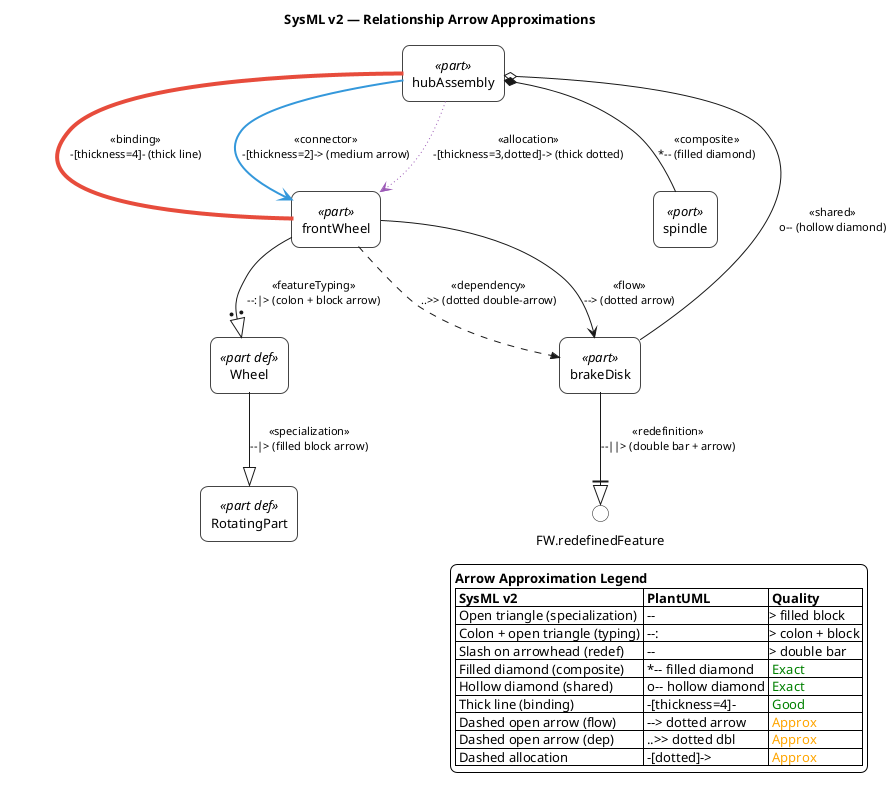
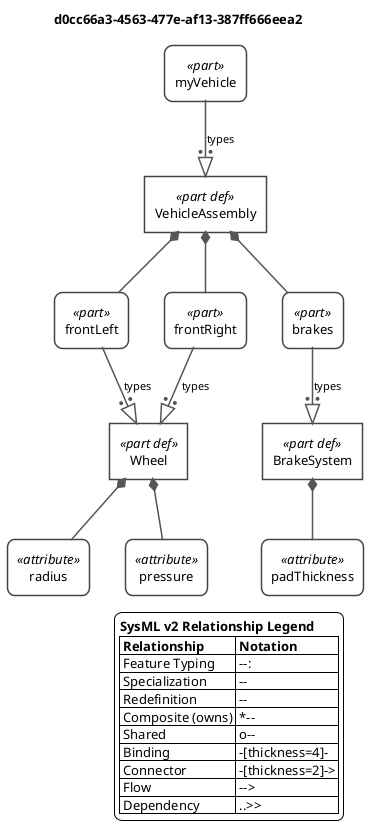
+ '' Relationship Arrows
+ '' Demonstrates typing (--:|>), specialization (--|>), and ownership (*--) arrows.
@startuml
- ' ============================================================
- ' Example 2: Relationship Arrow Approximations
- ' Shows all major SysML v2 relationships mapped to PlantUML
- ' arrow syntax as done by the reference implementation.
- ' ============================================================

<style>
root {
    BackGroundColor white
    FontName Helvetica
    FontSize 13
}
rectangle {
-     RoundCorner 15
    LineColor #444444
-     LineThickness 1
+     LineThickness 1.5
    BackgroundColor white
-     Padding 12
+     Padding 10
}
arrow {
+     LineColor #555555
+     LineThickness 1.5
    FontSize 11
}
</style>

- skinparam wrapWidth 350
+ skinparam wrapWidth 400
+ 
+ skinparam rectangle<<part def>> {
+     RoundCorner 0
+ }
+ skinparam rectangle<<item def>> {
+     RoundCorner 0
+ }
+ skinparam rectangle<<attribute def>> {
+     RoundCorner 0
+ }
+ skinparam rectangle<<port def>> {
+     RoundCorner 0
+ }
+ skinparam rectangle<<action def>> {
+     RoundCorner 0
+ }
+ skinparam rectangle<<state def>> {
+     RoundCorner 0
+ }
+ skinparam rectangle<<requirement def>> {
+     RoundCorner 0
+ }
+ skinparam rectangle<<part>> {
+     RoundCorner 15
+ }
+ skinparam rectangle<<item>> {
+     RoundCorner 15
+ }
+ skinparam rectangle<<attribute>> {
+     RoundCorner 15
+ }
+ skinparam rectangle<<port>> {
+     RoundCorner 15
+ }
+ skinparam rectangle<<action>> {
+     RoundCorner 15
+ }
+ skinparam rectangle<<state>> {
+     RoundCorner 15
+ }
+ skinparam rectangle<<requirement>> {
+     RoundCorner 15
+ }
+ skinparam folder<<view def>> {
+     BackgroundColor #F5E6FF
+     BorderColor #8E44AD
+ }
+ skinparam folder<<view>> {
+     BackgroundColor #F5E6FF
+     BorderColor #8E44AD
+ }
+ 
+ top to bottom direction
+ 
+ title d0cc66a3-4563-477e-af13-387ff666eea2
+ 
hide circle

- title SysML v2 — Relationship Arrow Approximations
+ rectangle "Wheel" as E1 <<(P,#32CD32) part def>>
+ rectangle "radius" as E2 <<(A,#32CD32) attribute>>
+ rectangle "pressure" as E3 <<(A,#32CD32) attribute>>
+ rectangle "BrakeSystem" as E4 <<(P,#32CD32) part def>>
+ rectangle "padThickness" as E5 <<(A,#32CD32) attribute>>
+ rectangle "VehicleAssembly" as E6 <<(P,#32CD32) part def>>
+ rectangle "frontLeft" as E7 <<(P,#32CD32) part>>
+ rectangle "frontRight" as E8 <<(P,#32CD32) part>>
+ rectangle "brakes" as E9 <<(P,#32CD32) part>>
+ rectangle "myVehicle" as E10 <<(P,#32CD32) part>>

- ' --- Elements ---
- rectangle "Wheel" as Wheel <<(D,#8B4513) part def>>
- rectangle "RotatingPart" as RotPart <<(D,#8B4513) part def>>
- rectangle "frontWheel" as FW <<(P,#32CD32) part>>
- rectangle "spindle" as Spindle <<(P,#32CD32) port>>
- rectangle "brakeDisk" as BD <<(P,#32CD32) part>>
- rectangle "hubAssembly" as Hub <<(P,#32CD32) part>>
+ E1 *-- E2
+ E1 *-- E3
+ E4 *-- E5
+ E6 *-- E7
+ E7 --:|> E1 : types
+ E6 *-- E8
+ E8 --:|> E1 : types
+ E6 *-- E9
+ E9 --:|> E4 : types
+ E10 --:|> E6 : types

- ' ============================================================
- ' 1. SPECIALIZATION (generalization)
- '    SysML: open triangle arrowhead
- '    PlantUML: --|>  (filled block arrow)
- ' ============================================================
- Wheel --|> RotPart : <<specialization>>\n--|> (filled block arrow)
- 
- ' ============================================================
- ' 2. FEATURE TYPING
- '    SysML: colon + open triangle
- '    PlantUML: --:|>  (colon + block arrow)
- ' ============================================================
- FW --:|> Wheel : <<featureTyping>>\n--:|> (colon + block arrow)
- 
- ' ============================================================
- ' 3. REDEFINITION
- '    SysML: slash through arrowhead
- '    PlantUML: --||>  (double bar + block arrow)
- ' ============================================================
- BD --||> FW.redefinedFeature : <<redefinition>>\n--||> (double bar + arrow)
- 
- ' ============================================================
- ' 4. COMPOSITE AGGREGATION (FeatureMembership, isComposite)
- '    SysML: filled diamond
- '    PlantUML: *--  (filled diamond)  ✓ Exact match
- ' ============================================================
- Hub *-- Spindle : <<composite>>\n*-- (filled diamond)
- 
- ' ============================================================
- ' 5. SHARED AGGREGATION (FeatureMembership, !isComposite)
- '    SysML: hollow diamond
- '    PlantUML: o--  (hollow diamond)  ✓ Exact match
- ' ============================================================
- Hub o-- BD : <<shared>>\no-- (hollow diamond)
- 
- ' ============================================================
- ' 6. BINDING CONNECTOR
- '    SysML: solid line, no arrowhead, emphasized
- '    PlantUML: -[thickness=4,#E74C3C]-  (thick red line)
- ' ============================================================
- Hub -[thickness=4,#E74C3C]- FW : <<binding>>\n-[thickness=4]- (thick line)
- 
- ' ============================================================
- ' 7. CONNECTOR (with metadata/flow)
- '    SysML: solid line with arrowhead
- '    PlantUML: -[thickness=2,#3498DB]->  (medium blue arrow)
- ' ============================================================
- Hub -[thickness=2,#3498DB]-> FW : <<connector>>\n-[thickness=2]-> (medium arrow)
- 
- ' ============================================================
- ' 8. DEPENDENCY
- '    SysML: dashed line with open arrow
- '    PlantUML: ..>>  (dotted double-arrow)
- ' ============================================================
- FW ..>> BD : <<dependency>>\n..>> (dotted double-arrow)
- 
- ' ============================================================
- ' 9. FLOW / SUCCESSION
- '    SysML: dashed line with open arrow
- '    PlantUML: -->  (dotted arrow)
- ' ============================================================
- FW --> BD : <<flow>>\n--> (dotted arrow)
- 
- ' ============================================================
- ' 10. ALLOCATION
- '     SysML: dashed line with specific allocation arrowhead
- '     PlantUML: -[thickness=3,dotted,#9B59B6]->  (thick dotted purple arrow)
- ' ============================================================
- Hub -[thickness=3,dotted,#9B59B6]-> FW : <<allocation>>\n-[thickness=3,dotted]-> (thick dotted)
- 
- ' ============================================================
- ' LEGEND
- ' ============================================================
legend right
-   <b>Arrow Approximation Legend</b>
-   |= SysML v2 |= PlantUML |= Quality |
-   | Open triangle (specialization) | --|> filled block | <color:orange>Approx</color> |
-   | Colon + open triangle (typing) | --:|> colon + block | <color:orange>Approx</color> |
-   | Slash on arrowhead (redef) | --||> double bar | <color:orange>Approx</color> |
-   | Filled diamond (composite) | *-- filled diamond | <color:green>Exact</color> |
-   | Hollow diamond (shared) | o-- hollow diamond | <color:green>Exact</color> |
-   | Thick line (binding) | -[thickness=4]- | <color:green>Good</color> |
-   | Dashed open arrow (flow) | --> dotted arrow | <color:orange>Approx</color> |
-   | Dashed open arrow (dep) | ..>> dotted dbl | <color:orange>Approx</color> |
-   | Dashed allocation | -[dotted]-> | <color:orange>Approx</color> |
+   <b>SysML v2 Relationship Legend</b>
+   |= Relationship |= Notation |
+   | Feature Typing | --:|> |
+   | Specialization | --|> |
+   | Redefinition | --||> |
+   | Composite (owns) | *-- |
+   | Shared | o-- |
+   | Binding | -[thickness=4]- |
+   | Connector | -[thickness=2]-> |
+   | Flow | --> |
+   | Dependency | ..>> |
endlegend

- @enduml
+ @enduml